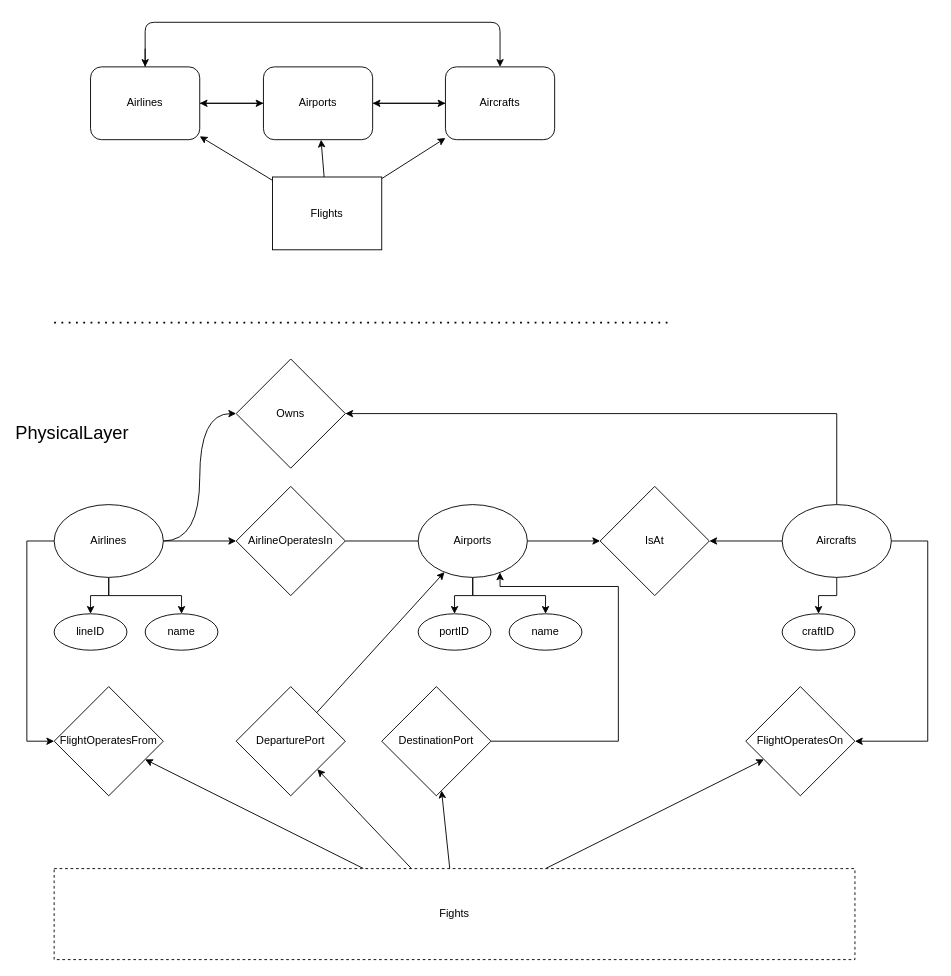
kyle4036/DatabaseManagement2026Project1 keeps this draw.io diagram as page "PhysicalLayer" (3 of 7) of ERDiagram.drawio. Above is the earlier version. Source tidied: cells renumbered, new cells numbered last; positions are measured from the earlier drawing's top-left corner, leaving out a move shared by most shapes. Both pictures are drawn from the tidied source at 91%, with x=0, y=0 at pixel (17, 22).
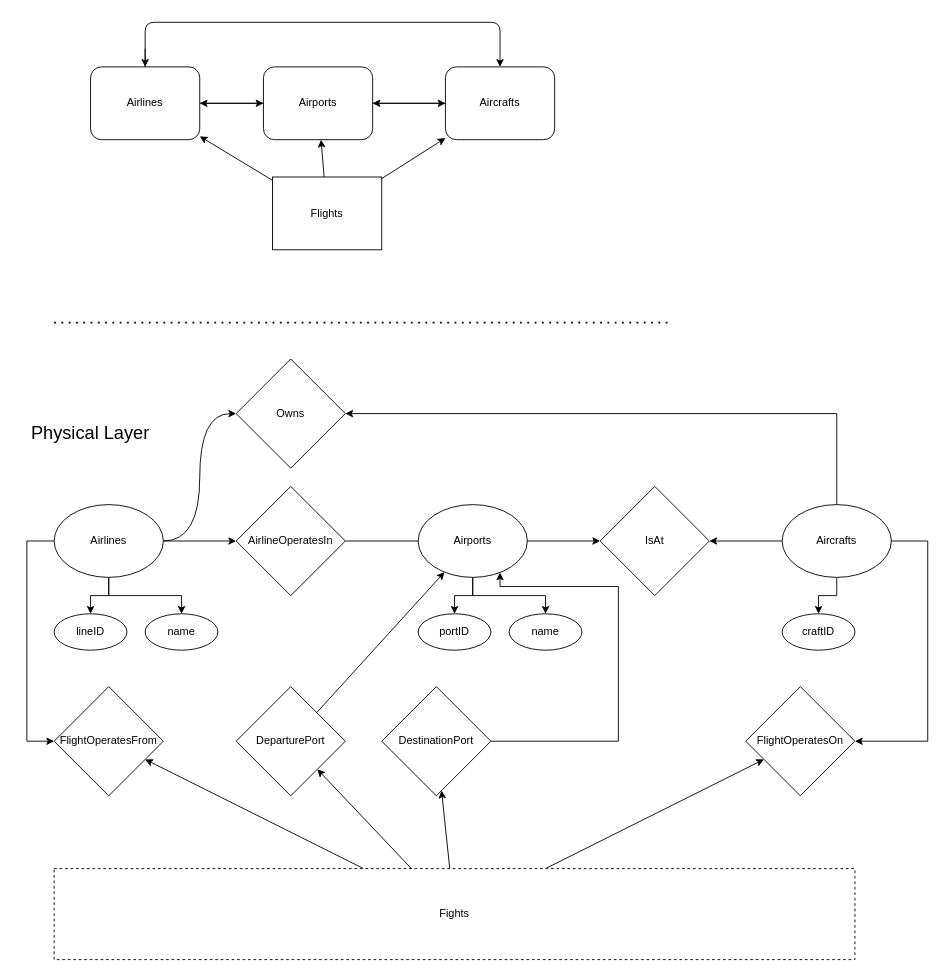
The same diagram, later.

Change to the diagram source:
```diff
@@
-    <mxCell id="51" value="&lt;font style=&quot;font-size: 20px;&quot;&gt;PhysicalLayer&lt;/font&gt;" style="text;html=1;whiteSpace=wrap;strokeColor=none;fillColor=none;align=center;verticalAlign=middle;rounded=0;" parent="1" vertex="1">
-      <mxGeometry y="410" width="120" height="80" as="geometry" />
+    <mxCell id="51" value="&lt;font style=&quot;font-size: 20px;&quot;&gt;Physical Layer&lt;/font&gt;" style="text;html=1;whiteSpace=wrap;strokeColor=none;fillColor=none;align=center;verticalAlign=middle;rounded=0;" parent="1" vertex="1">
+      <mxGeometry y="410" width="160" height="80" as="geometry" />
     </mxCell>
```
